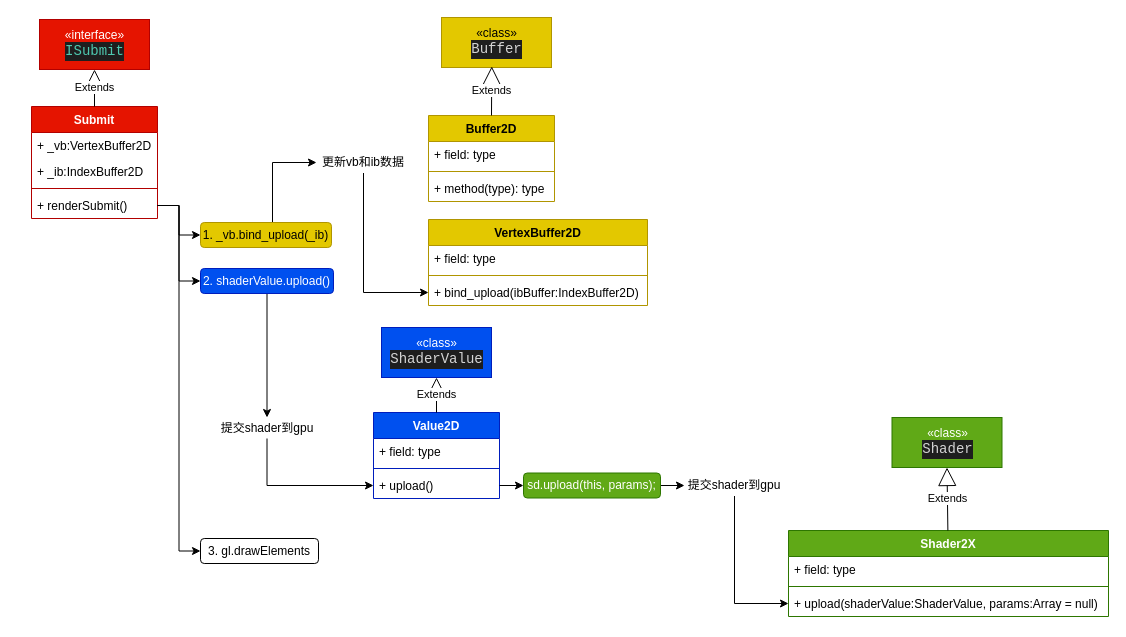
This is page "laya渲染框架" (5 of 5) of LayaAir2/render2.drawio from breezerzxq/Diagram, a draw.io file, before an edit. Source tidied: cells renumbered, new cells numbered last; positions are measured from the earlier drawing's top-left corner, leaving out a move shared by most shapes. Both pictures are drawn from the tidied source at 100%, with x=0, y=0 at pixel (31, 17).
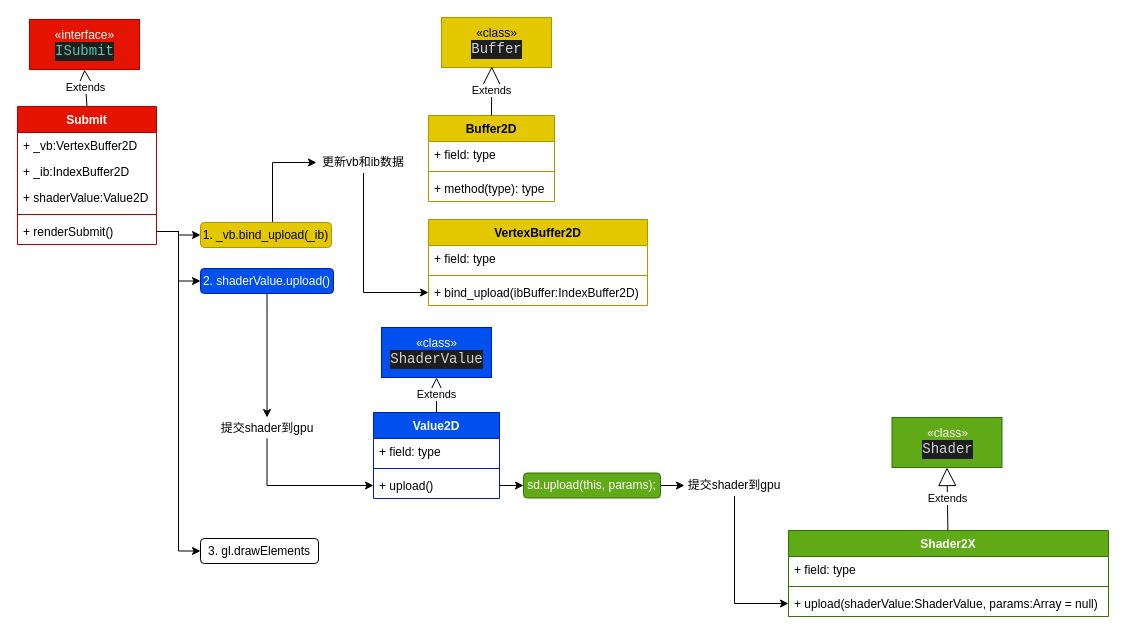
After the change.

Diff of the diagram source:
```diff
@@
     <mxCell id="4" value="«interface»&lt;br&gt;&lt;div style=&quot;color: rgb(212, 212, 212); background-color: rgb(30, 30, 30); font-family: Consolas, &amp;quot;Courier New&amp;quot;, monospace; font-size: 14px; line-height: 19px;&quot;&gt;&lt;span style=&quot;color: #4ec9b0;&quot;&gt;ISubmit&lt;/span&gt;&lt;/div&gt;" style="html=1;fillColor=#e51400;fontColor=#ffffff;strokeColor=#B20000;" parent="1" vertex="1">
-      <mxGeometry x="8" y="2" width="110" height="50" as="geometry" />
+      <mxGeometry x="-2" y="2" width="110" height="50" as="geometry" />
     </mxCell>
@@
     <mxCell id="9" value="Submit" style="swimlane;fontStyle=1;align=center;verticalAlign=top;horizontal=1;startSize=26;fillColor=#e51400;fontColor=#ffffff;strokeColor=#B20000;" parent="1" vertex="1">
-      <mxGeometry y="89" width="126" height="112" as="geometry" />
+      <mxGeometry x="-14" y="89" width="139" height="138" as="geometry" />
     </mxCell>
     <mxCell id="10" value="+ _vb:VertexBuffer2D" style="text;strokeColor=none;fillColor=none;align=left;verticalAlign=top;spacingLeft=4;spacingRight=4;overflow=hidden;" parent="9" vertex="1">
-      <mxGeometry y="26" width="126" height="26" as="geometry" />
+      <mxGeometry y="26" width="139" height="26" as="geometry" />
     </mxCell>
     <mxCell id="11" value="+ _ib:IndexBuffer2D" style="text;strokeColor=none;fillColor=none;align=left;verticalAlign=top;spacingLeft=4;spacingRight=4;overflow=hidden;" parent="9" vertex="1">
-      <mxGeometry y="52" width="126" height="26" as="geometry" />
+      <mxGeometry y="52" width="139" height="26" as="geometry" />
     </mxCell>
+    <mxCell id="48" value="+ shaderValue:Value2D" style="text;strokeColor=none;fillColor=none;align=left;verticalAlign=top;spacingLeft=4;spacingRight=4;overflow=hidden;" parent="9" vertex="1">
+      <mxGeometry y="78" width="139" height="26" as="geometry" />
+    </mxCell>
     <mxCell id="12" style="line;strokeWidth=1;fillColor=none;align=left;verticalAlign=middle;spacingTop=-1;spacingLeft=3;spacingRight=3;labelPosition=right;strokeColor=inherit;" parent="9" vertex="1">
-      <mxGeometry y="78" width="126" height="8" as="geometry" />
+      <mxGeometry y="104" width="139" height="8" as="geometry" />
     </mxCell>
     <mxCell id="13" value="+ renderSubmit()" style="text;strokeColor=none;fillColor=none;align=left;verticalAlign=top;spacingLeft=4;spacingRight=4;overflow=hidden;points=[[0,0.5],[1,0.5]];portConstraint=eastwest;" parent="9" vertex="1">
-      <mxGeometry y="86" width="126" height="26" as="geometry" />
+      <mxGeometry y="112" width="139" height="26" as="geometry" />
     </mxCell>
```
